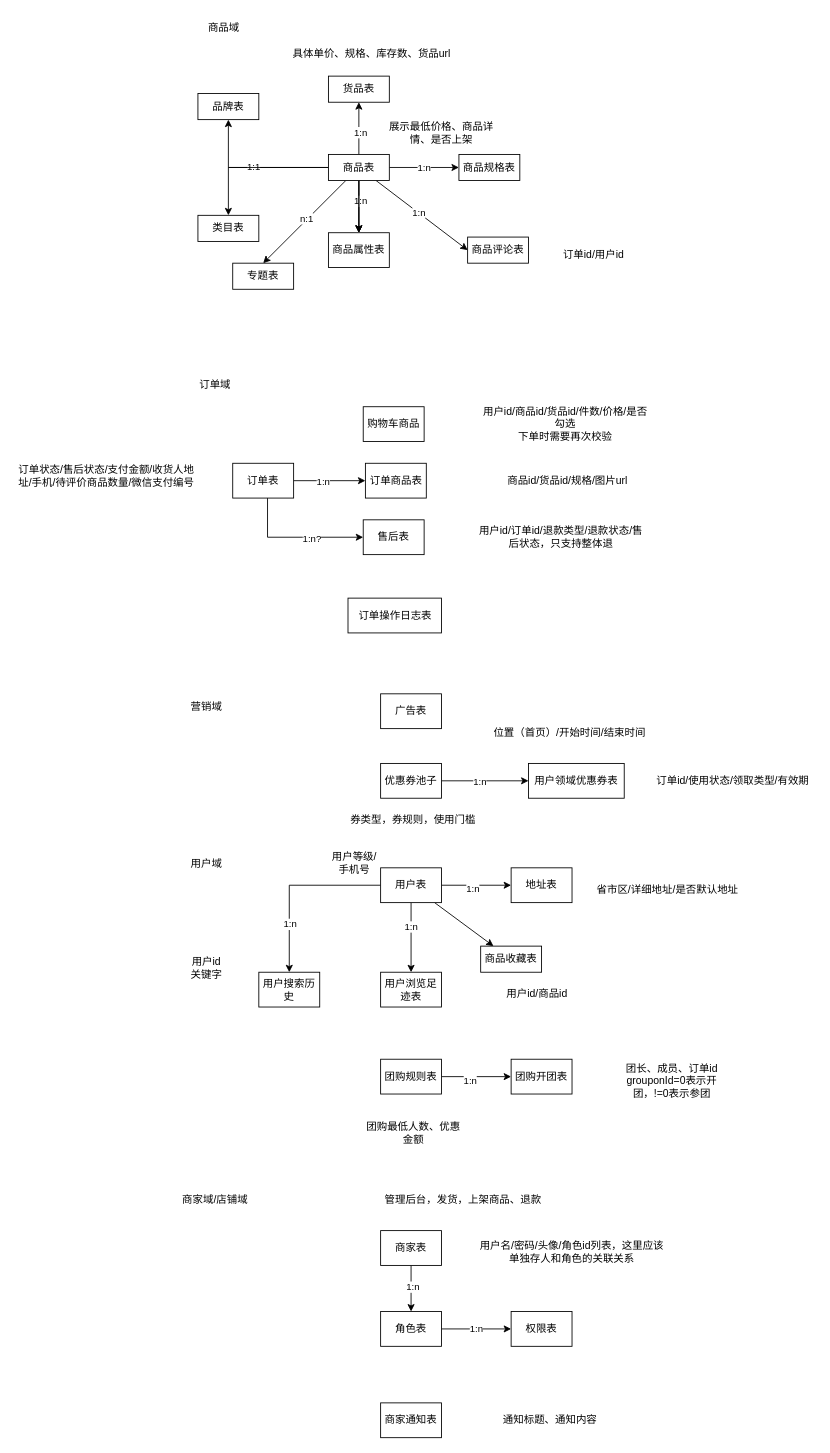
Above: emall-er.drawio in jessin20161124/javase1 (draw.io), before the change. Source tidied: cells renumbered, new cells numbered last; positions are measured from the earlier drawing's top-left corner, leaving out a move shared by most shapes. Both pictures are drawn from the tidied source at 87%, with x=0, y=0 at pixel (15, 15).
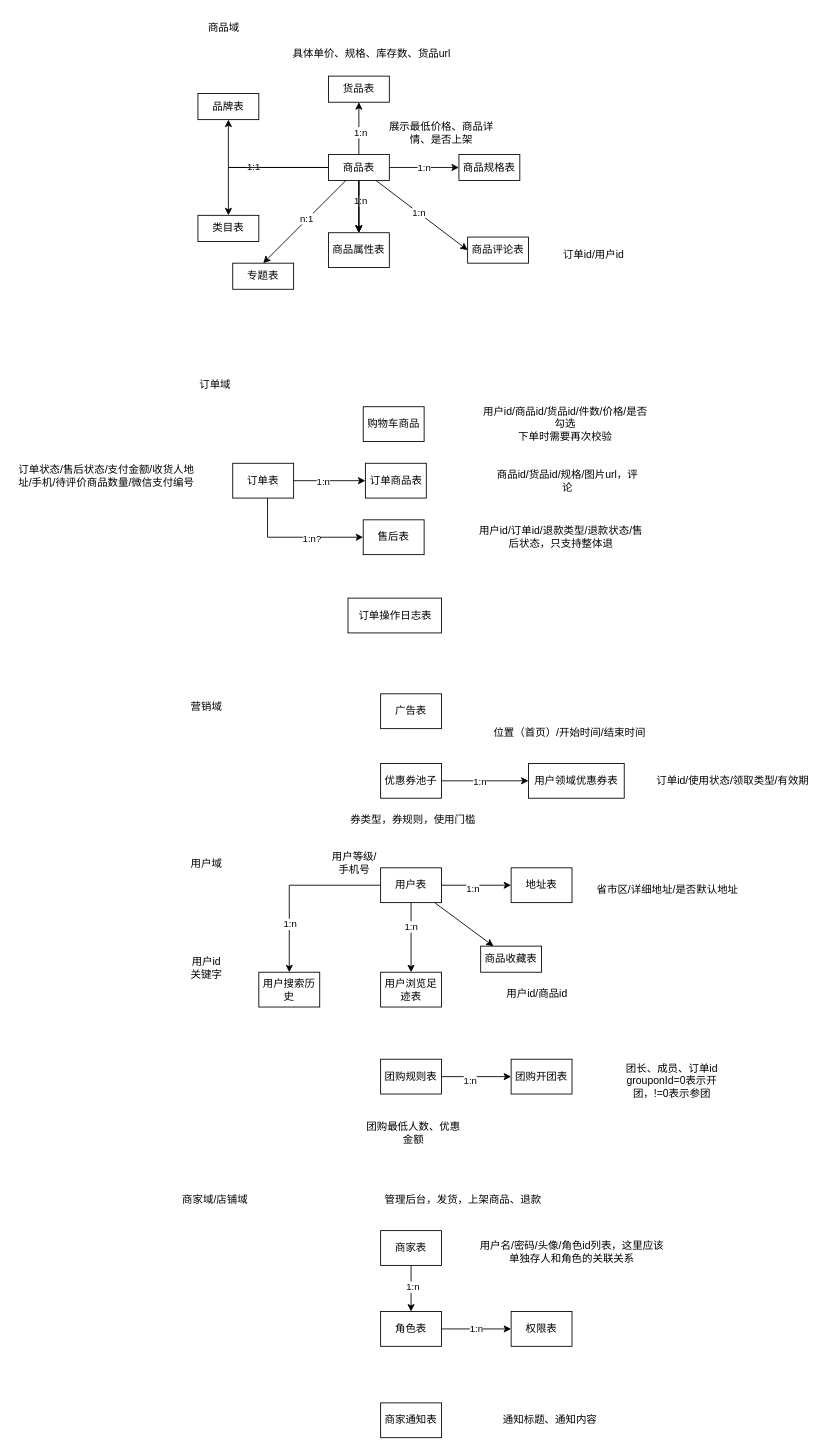
After the change.

Change to the diagram source:
```diff
@@
-    <mxCell id="78" value="商品id/货品id/规格/图片url" style="text;html=1;strokeColor=none;fillColor=none;align=center;verticalAlign=middle;whiteSpace=wrap;rounded=0;" parent="1" vertex="1">
+    <mxCell id="78" value="商品id/货品id/规格/图片url，评论" style="text;html=1;strokeColor=none;fillColor=none;align=center;verticalAlign=middle;whiteSpace=wrap;rounded=0;" parent="1" vertex="1">
       <mxGeometry x="550" y="520" width="170" height="30" as="geometry" />
     </mxCell>
```
